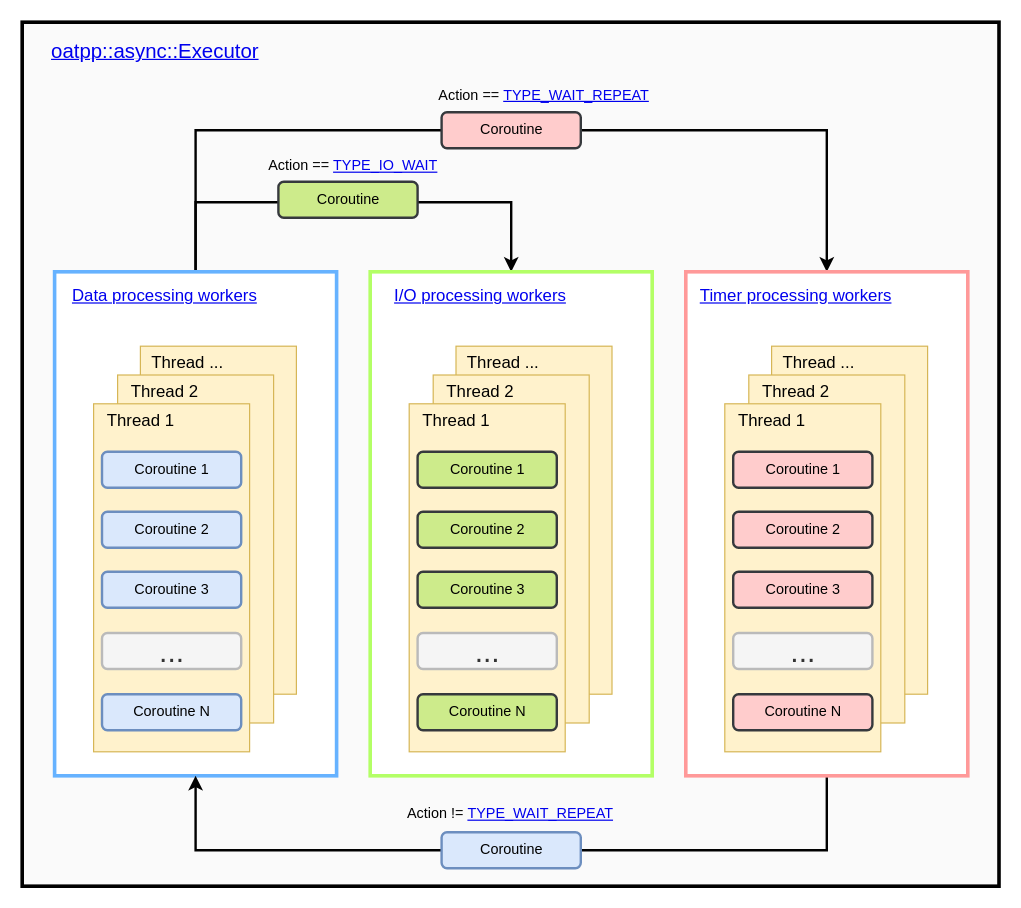
The draw.io diagram diagram/src/oatpp_async_executor.drawio in lganzzzo/oatpp-website-res, before the edit. Source tidied: cells renumbered, new cells numbered last; positions are measured from the earlier drawing's top-left corner, leaving out a move shared by most shapes. Both pictures are drawn from the tidied source at 120%, with x=0, y=0 at pixel (22, 22).
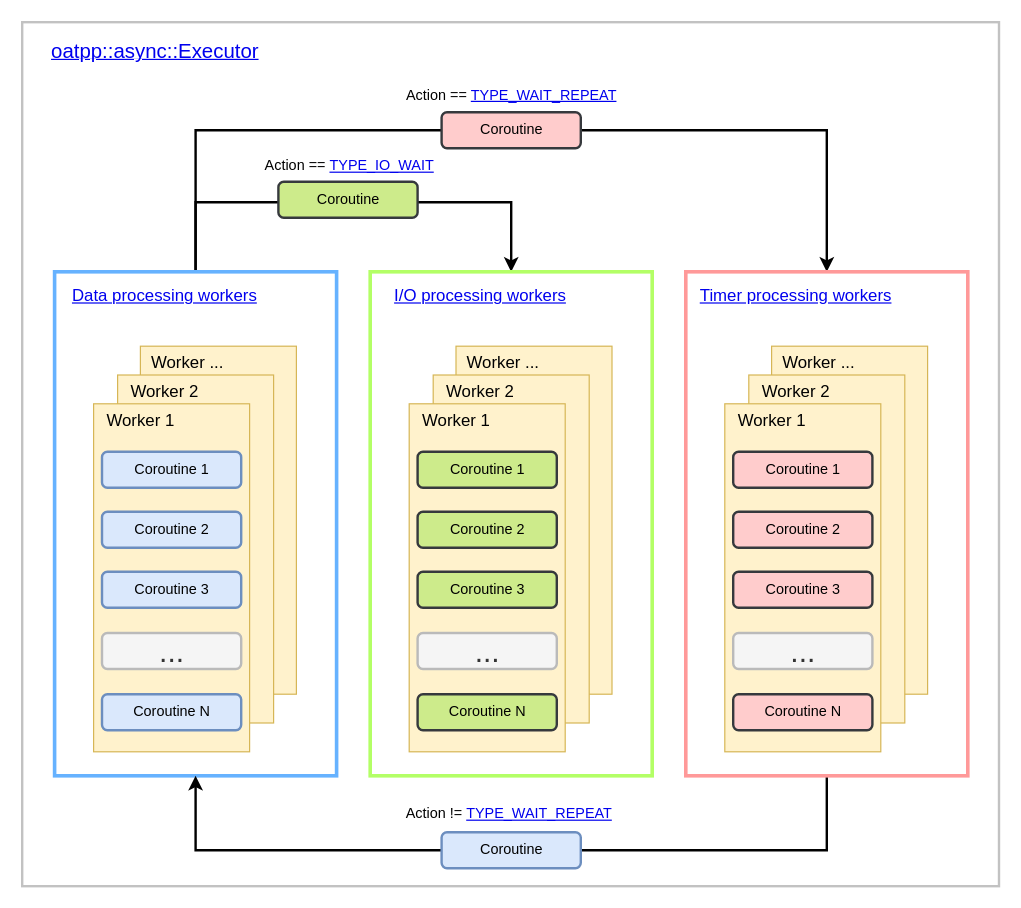
The same diagram, later.

Commit message (it also covers changes not shown here):
better oatpp_async_executor diagram

What changed in the source:
```diff
@@
-    <mxCell id="2" style="rounded=0;whiteSpace=wrap;html=1;strokeWidth=3;fillColor=#FAFAFA;" parent="1" vertex="1">
+    <mxCell id="2" style="rounded=0;whiteSpace=wrap;html=1;strokeWidth=2;strokeColor=#C2C2C2;" parent="1" vertex="1">
       <mxGeometry width="814" height="720" as="geometry" />
     </mxCell>
@@
-    <mxCell id="7" value="&lt;font style=&quot;font-size: 14px&quot;&gt;Thread ...&lt;br&gt;&lt;/font&gt;" style="text;html=1;strokeColor=none;fillColor=none;align=center;verticalAlign=middle;whiteSpace=wrap;rounded=0;" parent="1" vertex="1">
+    <mxCell id="7" value="&lt;font style=&quot;font-size: 14px&quot;&gt;Worker ...&lt;br&gt;&lt;/font&gt;" style="text;html=1;strokeColor=none;fillColor=none;align=center;verticalAlign=middle;whiteSpace=wrap;rounded=0;" parent="1" vertex="1">
       <mxGeometry x="102.5" y="274" width="70" height="20" as="geometry" />
     </mxCell>
@@
-    <mxCell id="9" value="&lt;font style=&quot;font-size: 14px&quot;&gt;Thread 2&lt;br&gt;&lt;/font&gt;" style="text;html=1;strokeColor=none;fillColor=none;align=center;verticalAlign=middle;whiteSpace=wrap;rounded=0;" parent="1" vertex="1">
+    <mxCell id="9" value="&lt;font style=&quot;font-size: 14px&quot;&gt;Worker&amp;nbsp;2&lt;br&gt;&lt;/font&gt;" style="text;html=1;strokeColor=none;fillColor=none;align=center;verticalAlign=middle;whiteSpace=wrap;rounded=0;" parent="1" vertex="1">
       <mxGeometry x="83.5" y="298" width="70" height="20" as="geometry" />
     </mxCell>
@@
-    <mxCell id="11" value="&lt;font style=&quot;font-size: 14px&quot;&gt;Thread 1&lt;/font&gt;" style="text;html=1;strokeColor=none;fillColor=none;align=center;verticalAlign=middle;whiteSpace=wrap;rounded=0;" parent="1" vertex="1">
+    <mxCell id="11" value="&lt;font style=&quot;font-size: 14px&quot;&gt;Worker 1&lt;/font&gt;" style="text;html=1;strokeColor=none;fillColor=none;align=center;verticalAlign=middle;whiteSpace=wrap;rounded=0;" parent="1" vertex="1">
       <mxGeometry x="63.5" y="322" width="70" height="20" as="geometry" />
     </mxCell>
@@
-    <mxCell id="20" value="&lt;font style=&quot;font-size: 14px&quot;&gt;Thread ...&lt;br&gt;&lt;/font&gt;" style="text;html=1;strokeColor=none;fillColor=none;align=center;verticalAlign=middle;whiteSpace=wrap;rounded=0;" parent="1" vertex="1">
+    <mxCell id="20" value="&lt;font style=&quot;font-size: 14px&quot;&gt;Worker ...&lt;br&gt;&lt;/font&gt;" style="text;html=1;strokeColor=none;fillColor=none;align=center;verticalAlign=middle;whiteSpace=wrap;rounded=0;" parent="1" vertex="1">
       <mxGeometry x="365.5" y="274" width="70" height="20" as="geometry" />
     </mxCell>
@@
-    <mxCell id="22" value="&lt;font style=&quot;font-size: 14px&quot;&gt;Thread 2&lt;br&gt;&lt;/font&gt;" style="text;html=1;strokeColor=none;fillColor=none;align=center;verticalAlign=middle;whiteSpace=wrap;rounded=0;" parent="1" vertex="1">
+    <mxCell id="22" value="&lt;font style=&quot;font-size: 14px&quot;&gt;Worker&amp;nbsp;2&lt;br&gt;&lt;/font&gt;" style="text;html=1;strokeColor=none;fillColor=none;align=center;verticalAlign=middle;whiteSpace=wrap;rounded=0;" parent="1" vertex="1">
       <mxGeometry x="346.5" y="298" width="70" height="20" as="geometry" />
     </mxCell>
@@
-    <mxCell id="24" value="&lt;font style=&quot;font-size: 14px&quot;&gt;Thread 1&lt;/font&gt;" style="text;html=1;strokeColor=none;fillColor=none;align=center;verticalAlign=middle;whiteSpace=wrap;rounded=0;" parent="1" vertex="1">
+    <mxCell id="24" value="&lt;font style=&quot;font-size: 14px&quot;&gt;Worker&amp;nbsp;1&lt;/font&gt;" style="text;html=1;strokeColor=none;fillColor=none;align=center;verticalAlign=middle;whiteSpace=wrap;rounded=0;" parent="1" vertex="1">
       <mxGeometry x="326.5" y="322" width="70" height="20" as="geometry" />
     </mxCell>
@@
-    <mxCell id="34" value="&lt;font style=&quot;font-size: 14px&quot;&gt;Thread ...&lt;br&gt;&lt;/font&gt;" style="text;html=1;strokeColor=none;fillColor=none;align=center;verticalAlign=middle;whiteSpace=wrap;rounded=0;" parent="1" vertex="1">
+    <mxCell id="34" value="&lt;font style=&quot;font-size: 14px&quot;&gt;Worker&amp;nbsp;...&lt;br&gt;&lt;/font&gt;" style="text;html=1;strokeColor=none;fillColor=none;align=center;verticalAlign=middle;whiteSpace=wrap;rounded=0;" parent="1" vertex="1">
       <mxGeometry x="628.5" y="274" width="70" height="20" as="geometry" />
     </mxCell>
@@
-    <mxCell id="36" value="&lt;font style=&quot;font-size: 14px&quot;&gt;Thread 2&lt;br&gt;&lt;/font&gt;" style="text;html=1;strokeColor=none;fillColor=none;align=center;verticalAlign=middle;whiteSpace=wrap;rounded=0;" parent="1" vertex="1">
+    <mxCell id="36" value="&lt;font style=&quot;font-size: 14px&quot;&gt;Worker&amp;nbsp;2&lt;br&gt;&lt;/font&gt;" style="text;html=1;strokeColor=none;fillColor=none;align=center;verticalAlign=middle;whiteSpace=wrap;rounded=0;" parent="1" vertex="1">
       <mxGeometry x="609.5" y="298" width="70" height="20" as="geometry" />
     </mxCell>
@@
-    <mxCell id="38" value="&lt;font style=&quot;font-size: 14px&quot;&gt;Thread 1&lt;/font&gt;" style="text;html=1;strokeColor=none;fillColor=none;align=center;verticalAlign=middle;whiteSpace=wrap;rounded=0;" parent="1" vertex="1">
+    <mxCell id="38" value="&lt;font style=&quot;font-size: 14px&quot;&gt;Worker&amp;nbsp;1&lt;/font&gt;" style="text;html=1;strokeColor=none;fillColor=none;align=center;verticalAlign=middle;whiteSpace=wrap;rounded=0;" parent="1" vertex="1">
       <mxGeometry x="589.5" y="322" width="70" height="20" as="geometry" />
     </mxCell>
@@
     <mxCell id="49" value="Action ==&amp;nbsp;&lt;a href=&quot;/api/latest/oatpp/core/async/Coroutine/#action-type-io-wait&quot;&gt;TYPE_IO_WAIT&lt;/a&gt;&lt;br&gt;" style="text;html=1;strokeColor=none;fillColor=none;align=center;verticalAlign=middle;whiteSpace=wrap;rounded=0;" parent="1" vertex="1">
-      <mxGeometry x="185.5" y="110" width="180" height="20" as="geometry" />
+      <mxGeometry x="182.5" y="110" width="180" height="20" as="geometry" />
     </mxCell>
     <mxCell id="50" value="Action ==&amp;nbsp;&lt;a href=&quot;/api/latest/oatpp/core/async/Coroutine/#action-type-wait-repeat&quot;&gt;TYPE_WAIT_REPEAT&lt;/a&gt;&lt;br&gt;" style="text;html=1;strokeColor=none;fillColor=none;align=center;verticalAlign=middle;whiteSpace=wrap;rounded=0;" parent="1" vertex="1">
-      <mxGeometry x="317" y="51" width="236" height="20" as="geometry" />
+      <mxGeometry x="290" y="51" width="236" height="20" as="geometry" />
     </mxCell>
     <mxCell id="51" value="Action !=&amp;nbsp;&lt;a href=&quot;/api/latest/oatpp/core/async/Coroutine/#action-type-wait-repeat&quot;&gt;TYPE_WAIT_REPEAT&lt;/a&gt;&lt;br&gt;" style="text;html=1;strokeColor=none;fillColor=none;align=center;verticalAlign=middle;whiteSpace=wrap;rounded=0;" parent="1" vertex="1">
-      <mxGeometry x="289" y="650" width="236" height="20" as="geometry" />
+      <mxGeometry x="288" y="650" width="236" height="20" as="geometry" />
     </mxCell>
```
